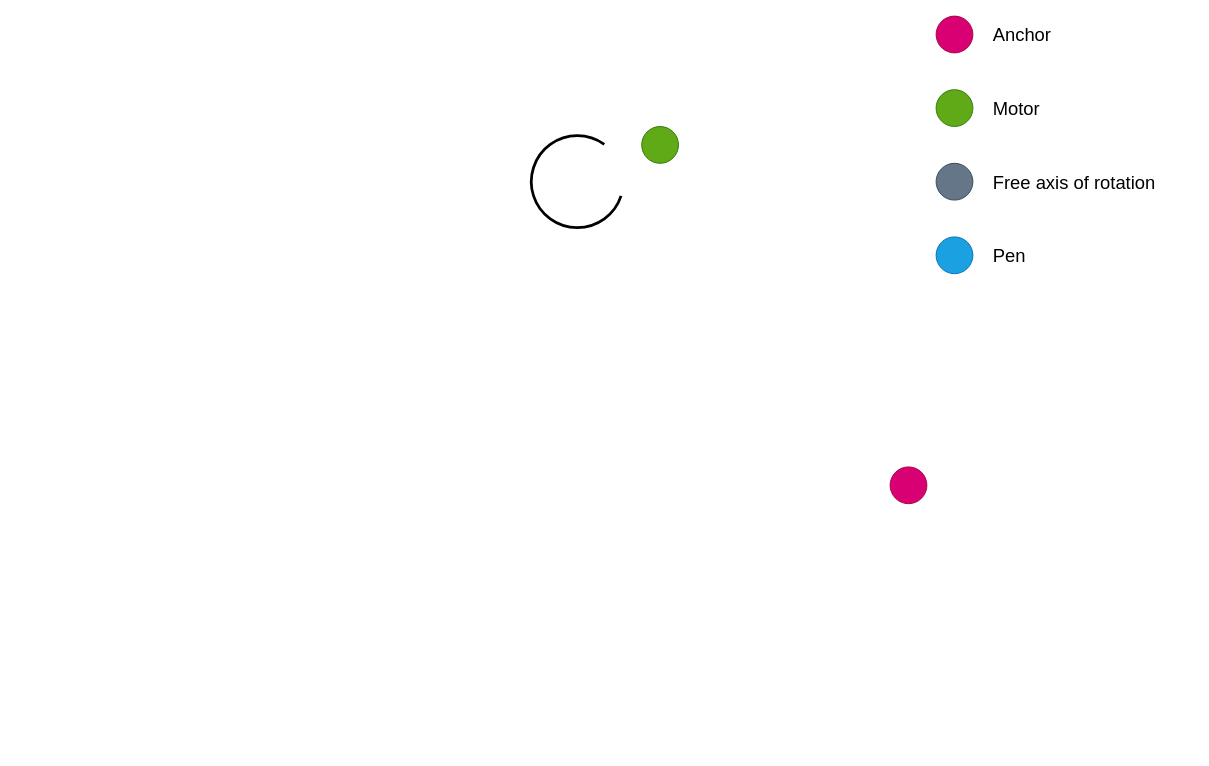
The draw.io diagram theory/Untitled Diagram.drawio in ijbd/fern, before the edit. Source tidied: cells renumbered, new cells numbered last; positions are measured from the earlier drawing's top-left corner, leaving out a move shared by most shapes. Both pictures are drawn from the tidied source at 92%, with x=0, y=0 at pixel (200, 16).
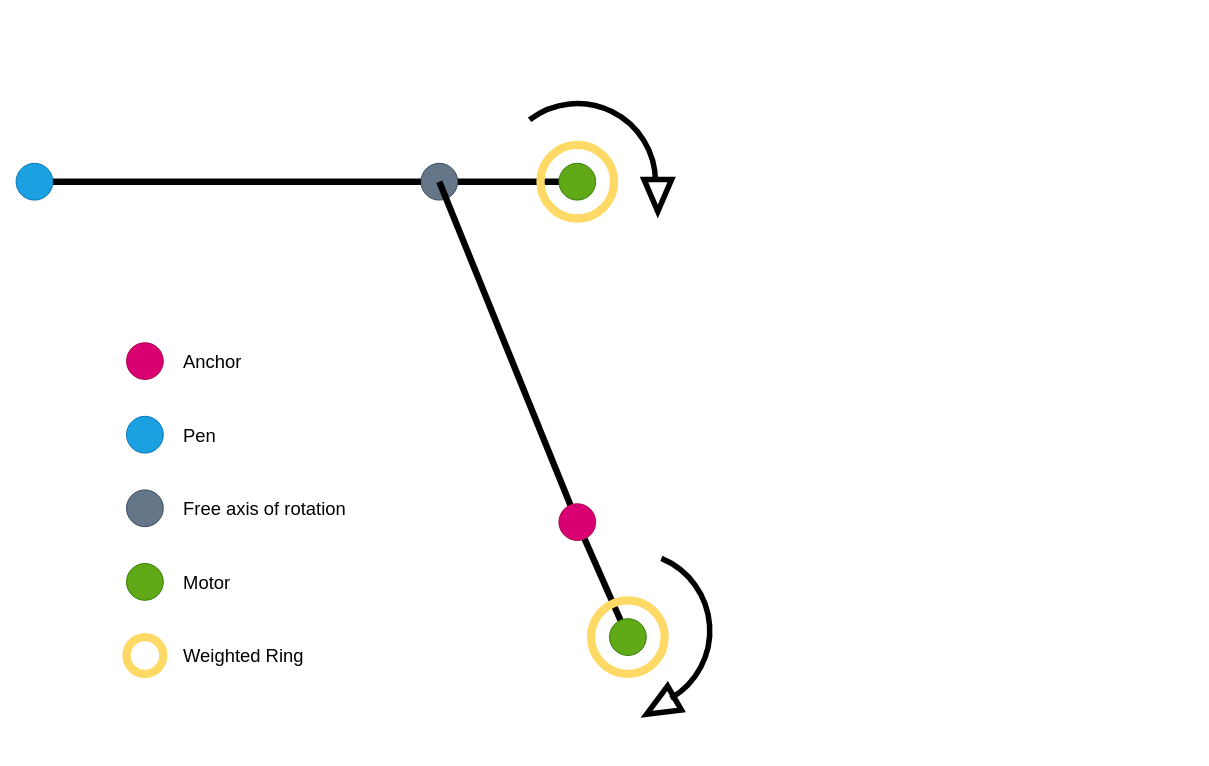
The same diagram, later.

Change to the diagram source:
```diff
@@
-    <mxCell id="2" style="group;" parent="1" vertex="1">
-      <mxGeometry y="4.3" width="642.5" height="201.5" as="geometry" />
-    </mxCell>
-    <mxCell id="3" style="ellipse;whiteSpace=wrap;html=1;fillColor=#60a917;strokeColor=#2D7600;fontColor=#ffffff;" parent="2" vertex="1">
-      <mxGeometry x="480" y="115.7" width="40" height="40" as="geometry" />
-    </mxCell>
+    <mxCell id="14" style="endArrow=none;html=1;rounded=0;fontSize=20;strokeColor=#000000;strokeWidth=7;startArrow=none;" parent="1" edge="1" source="20" target="3">
+      <mxGeometry relative="1" as="geometry" />
+    </mxCell>
+    <mxCell id="15" style="ellipse;whiteSpace=wrap;html=1;fontSize=20;strokeColor=#FFD966;strokeWidth=9;fillColor=none;" parent="1" vertex="1">
+      <mxGeometry x="370" y="140" width="80" height="80" as="geometry" />
+    </mxCell>
     <mxCell id="4" style="ellipse;whiteSpace=wrap;html=1;fillColor=#d80073;strokeColor=#A50040;fontColor=#ffffff;" parent="1" vertex="1">
-      <mxGeometry x="800" width="40" height="40" as="geometry" />
+      <mxGeometry x="-80" y="355" width="40" height="40" as="geometry" />
     </mxCell>
     <mxCell id="5" style="ellipse;whiteSpace=wrap;html=1;fillColor=#647687;strokeColor=#314354;fontColor=#ffffff;rotation=90;" parent="1" vertex="1">
-      <mxGeometry x="800" y="160" width="40" height="40" as="geometry" />
+      <mxGeometry x="-80" y="515" width="40" height="40" as="geometry" />
     </mxCell>
     <mxCell id="6" style="ellipse;whiteSpace=wrap;html=1;fillColor=#1ba1e2;strokeColor=#006EAF;fontColor=#ffffff;" parent="1" vertex="1">
-      <mxGeometry x="800" y="240" width="40" height="40" as="geometry" />
+      <mxGeometry x="-80" y="435" width="40" height="40" as="geometry" />
     </mxCell>
     <mxCell id="7" value="&lt;font style=&quot;font-size: 20px&quot;&gt;Anchor&lt;br&gt;&lt;/font&gt;" style="text;html=1;strokeColor=none;fillColor=none;align=left;verticalAlign=middle;whiteSpace=wrap;rounded=0;" parent="1" vertex="1">
-      <mxGeometry x="860" width="220" height="40" as="geometry" />
+      <mxGeometry x="-20" y="355" width="220" height="40" as="geometry" />
     </mxCell>
     <mxCell id="8" style="ellipse;whiteSpace=wrap;html=1;fillColor=#60a917;strokeColor=#2D7600;fontColor=#ffffff;" parent="1" vertex="1">
-      <mxGeometry x="800" y="80" width="40" height="40" as="geometry" />
+      <mxGeometry x="-80" y="595" width="40" height="40" as="geometry" />
     </mxCell>
     <mxCell id="9" value="&lt;font style=&quot;font-size: 20px&quot;&gt;Motor&lt;br&gt;&lt;/font&gt;" style="text;html=1;strokeColor=none;fillColor=none;align=left;verticalAlign=middle;whiteSpace=wrap;rounded=0;" parent="1" vertex="1">
-      <mxGeometry x="860" y="80" width="220" height="40" as="geometry" />
+      <mxGeometry x="-20" y="595" width="220" height="40" as="geometry" />
     </mxCell>
     <mxCell id="10" value="&lt;font style=&quot;font-size: 20px&quot;&gt;Free axis of rotation&lt;br&gt;&lt;/font&gt;" style="text;html=1;strokeColor=none;fillColor=none;align=left;verticalAlign=middle;whiteSpace=wrap;rounded=0;" parent="1" vertex="1">
-      <mxGeometry x="860" y="160" width="220" height="40" as="geometry" />
+      <mxGeometry x="-20" y="515" width="220" height="40" as="geometry" />
     </mxCell>
     <mxCell id="11" value="&lt;font style=&quot;font-size: 20px&quot;&gt;Pen&lt;br&gt;&lt;/font&gt;" style="text;html=1;strokeColor=none;fillColor=none;align=left;verticalAlign=middle;whiteSpace=wrap;rounded=0;" parent="1" vertex="1">
-      <mxGeometry x="860" y="240" width="220" height="40" as="geometry" />
+      <mxGeometry x="-20" y="435" width="220" height="40" as="geometry" />
     </mxCell>
+    <mxCell id="3" style="ellipse;whiteSpace=wrap;html=1;fillColor=#60a917;strokeColor=#2D7600;fontColor=#ffffff;" parent="1" vertex="1">
+      <mxGeometry x="390" y="160" width="40" height="40" as="geometry" />
+    </mxCell>
+    <mxCell id="16" style="ellipse;whiteSpace=wrap;html=1;fontSize=20;strokeColor=#FFD966;strokeWidth=9;fillColor=none;" parent="1" vertex="1">
+      <mxGeometry x="-80" y="675" width="40" height="40" as="geometry" />
+    </mxCell>
+    <mxCell id="17" value="&lt;font style=&quot;font-size: 20px&quot;&gt;Weighted Ring&lt;br&gt;&lt;/font&gt;" style="text;html=1;strokeColor=none;fillColor=none;align=left;verticalAlign=middle;whiteSpace=wrap;rounded=0;" parent="1" vertex="1">
+      <mxGeometry x="-20" y="675" width="220" height="40" as="geometry" />
+    </mxCell>
+    <mxCell id="18" style="verticalLabelPosition=bottom;verticalAlign=top;html=1;shape=mxgraph.basic.arc;startAngle=0.8955544296107976;endAngle=0.25;fontSize=20;strokeColor=#000000;strokeWidth=6;fillColor=none;" parent="1" vertex="1">
+      <mxGeometry x="325" y="95" width="170" height="170" as="geometry" />
+    </mxCell>
+    <mxCell id="19" style="triangle;whiteSpace=wrap;html=1;fontSize=20;strokeColor=#000000;strokeWidth=6;fillColor=none;rotation=90;" parent="1" vertex="1">
+      <mxGeometry x="480" y="180" width="35" height="30" as="geometry" />
+    </mxCell>
+    <mxCell id="20" style="ellipse;whiteSpace=wrap;html=1;fillColor=#647687;strokeColor=#314354;fontColor=#ffffff;rotation=90;" parent="1" vertex="1">
+      <mxGeometry x="240" y="160" width="40" height="40" as="geometry" />
+    </mxCell>
+    <mxCell id="21" style="endArrow=none;html=1;rounded=0;fontSize=20;strokeColor=#000000;strokeWidth=7;" parent="1" edge="1" source="22" target="20">
+      <mxGeometry relative="1" as="geometry" />
+    </mxCell>
+    <mxCell id="22" style="ellipse;whiteSpace=wrap;html=1;fillColor=#1ba1e2;strokeColor=#006EAF;fontColor=#ffffff;" parent="1" vertex="1">
+      <mxGeometry x="-200" y="160" width="40" height="40" as="geometry" />
+    </mxCell>
+    <mxCell id="23" style="endArrow=none;html=1;rounded=0;fontSize=20;strokeColor=#000000;strokeWidth=7;startArrow=none;" parent="1" edge="1" source="12">
+      <mxGeometry relative="1" as="geometry">
+        <mxPoint x="260" y="180" as="targetPoint" />
+      </mxGeometry>
+    </mxCell>
     <mxCell id="12" style="ellipse;whiteSpace=wrap;html=1;fillColor=#d80073;strokeColor=#A50040;fontColor=#ffffff;" parent="1" vertex="1">
-      <mxGeometry x="750" y="490" width="40" height="40" as="geometry" />
+      <mxGeometry x="390" y="530" width="40" height="40" as="geometry" />
     </mxCell>
-    <mxCell id="13" style="verticalLabelPosition=bottom;verticalAlign=top;html=1;shape=mxgraph.basic.arc;startAngle=0.3;endAngle=0.1;fontSize=20;strokeColor=#000000;strokeWidth=3;fillColor=#000000;" parent="1" vertex="1">
-      <mxGeometry x="360" y="130" width="100" height="100" as="geometry" />
-    </mxCell>
+    <mxCell id="24" style="endArrow=none;html=1;rounded=0;fontSize=20;strokeColor=#000000;strokeWidth=7;startArrow=none;" parent="1" edge="1" source="12" target="26">
+      <mxGeometry relative="1" as="geometry" />
+    </mxCell>
+    <mxCell id="25" style="ellipse;whiteSpace=wrap;html=1;fontSize=20;strokeColor=#FFD966;strokeWidth=9;fillColor=none;" parent="1" vertex="1">
+      <mxGeometry x="425" y="635" width="80" height="80" as="geometry" />
+    </mxCell>
+    <mxCell id="26" style="ellipse;whiteSpace=wrap;html=1;fillColor=#60a917;strokeColor=#2D7600;fontColor=#ffffff;" parent="1" vertex="1">
+      <mxGeometry x="445" y="655" width="40" height="40" as="geometry" />
+    </mxCell>
+    <mxCell id="27" style="group;rotation=60;" parent="1" vertex="1">
+      <mxGeometry x="380" y="590" width="187.5" height="170" as="geometry" />
+    </mxCell>
+    <mxCell id="28" style="verticalLabelPosition=bottom;verticalAlign=top;html=1;shape=mxgraph.basic.arc;startAngle=0.8955544296107976;endAngle=0.25;fontSize=20;strokeColor=#000000;strokeWidth=6;fillColor=none;rotation=60;" parent="27" vertex="1">
+      <mxGeometry x="4" y="-7" width="170" height="170" as="geometry" />
+    </mxCell>
+    <mxCell id="29" style="triangle;whiteSpace=wrap;html=1;fontSize=20;strokeColor=#000000;strokeWidth=6;fillColor=none;rotation=150;" parent="27" vertex="1">
+      <mxGeometry x="103" y="145" width="35" height="30" as="geometry" />
+    </mxCell>
```
